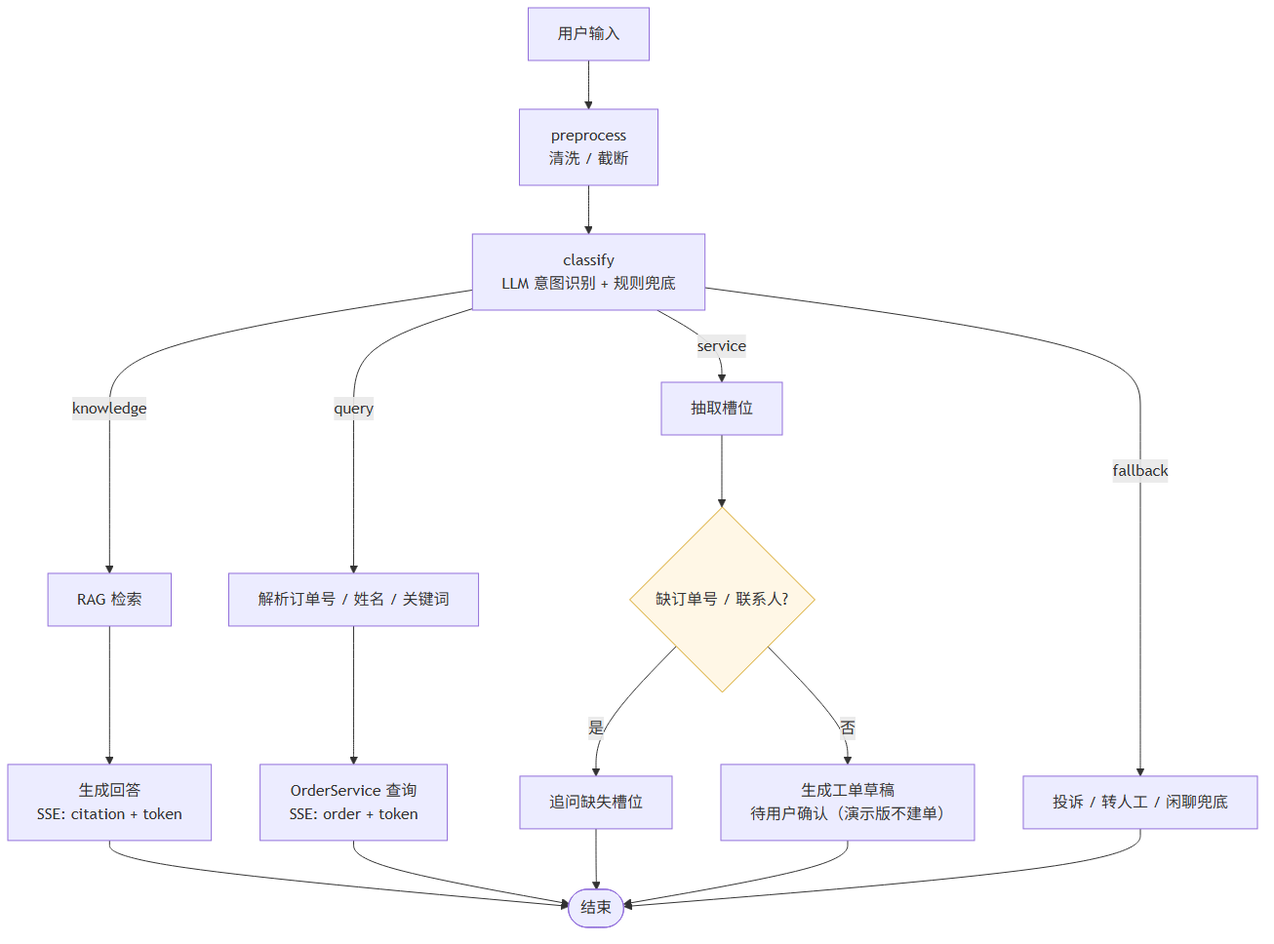
II777II/qa-ticket-agent keeps this Mermaid diagram as docs/routing.png. Above is the earlier version. Its source is kept beside it as docs/routing.mmd.
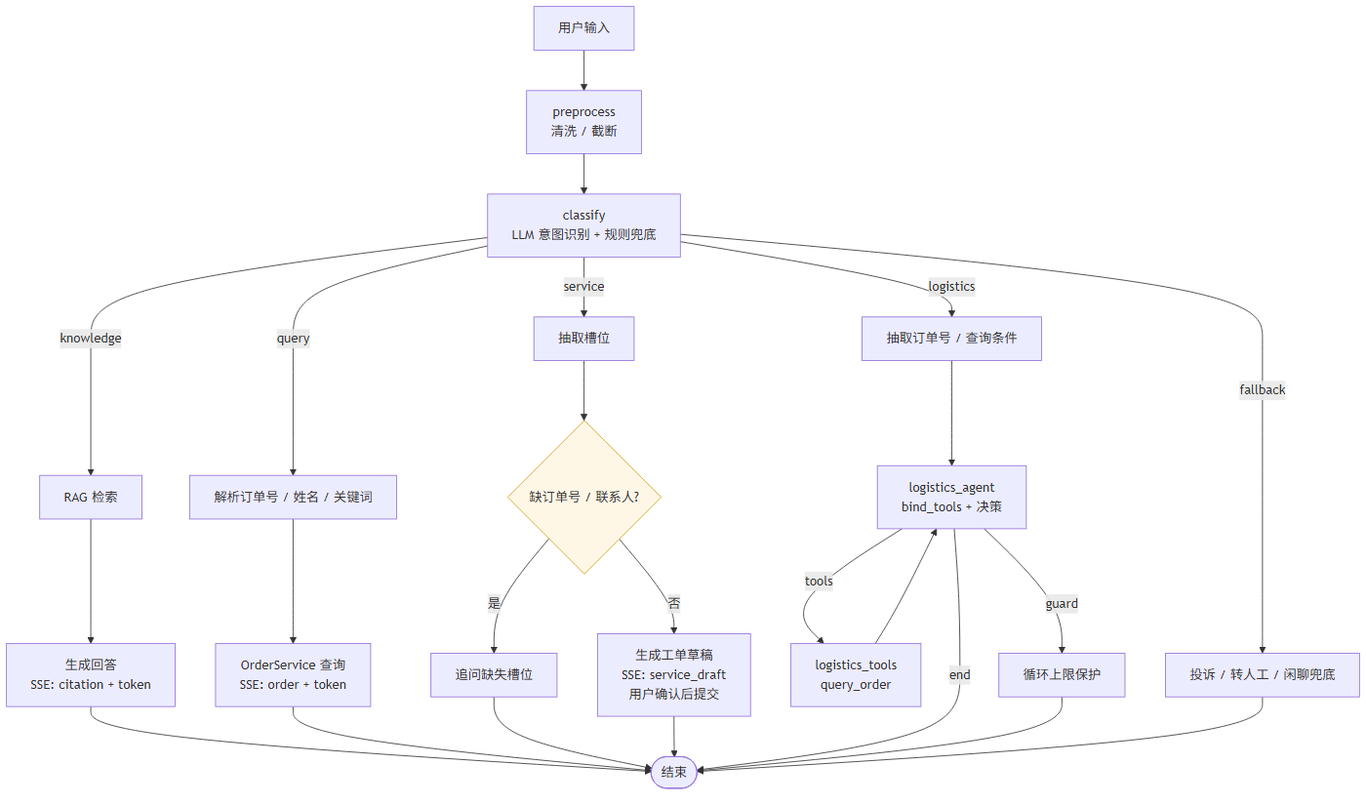
The same diagram one commit later.

Diff of the diagram source:
```diff
@@ -8,12 +8,19 @@
     C -- service --> S1["抽取槽位"]
     S1 --> S2{"缺订单号 / 联系人?"}
     S2 -- 是 --> S3["追问缺失槽位"]
-    S2 -- 否 --> S4["生成工单草稿<br/>待用户确认（演示版不建单）"]
+    S2 -- 否 --> S4["生成工单草稿<br/>SSE: service_draft<br/>用户确认后提交"]
+    C -- logistics --> L1["抽取订单号 / 查询条件"]
+    L1 --> L2["logistics_agent<br/>bind_tools + 决策"]
+    L2 -- tools --> L3["logistics_tools<br/>query_order"]
+    L3 --> L2
+    L2 -- guard --> L4["循环上限保护"]
     C -- fallback --> F1["投诉 / 转人工 / 闲聊兜底"]
     K2 --> E(["结束"])
     Q2 --> E
     S3 --> E
     S4 --> E
+    L2 -- end --> E
+    L4 --> E
     F1 --> E
     classDef decision fill:#fff7e6,stroke:#d4a017
     class S2 decision
```
